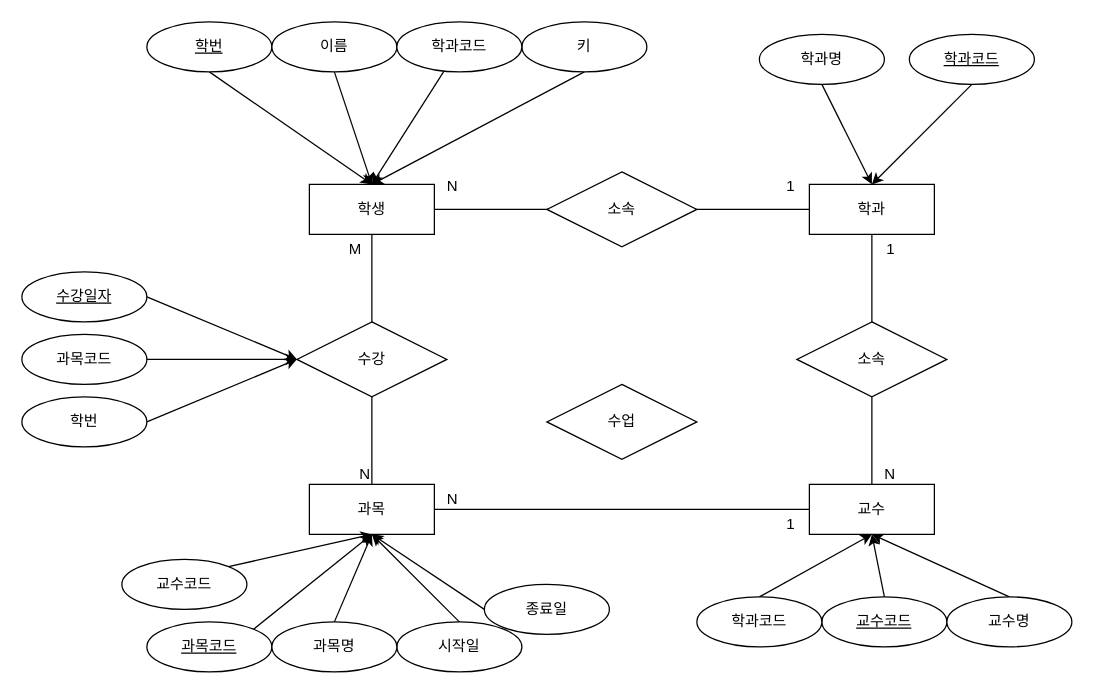
This is page "학사관리erd" (3 of 4) of erd/hanbit.drawio from umdelii/database, a draw.io file, before an edit. Source tidied: cells renumbered, new cells numbered last; positions are measured from the earlier drawing's top-left corner, leaving out a move shared by most shapes. Both pictures are drawn from the tidied source at 125%, with x=0, y=0 at pixel (21, 21).
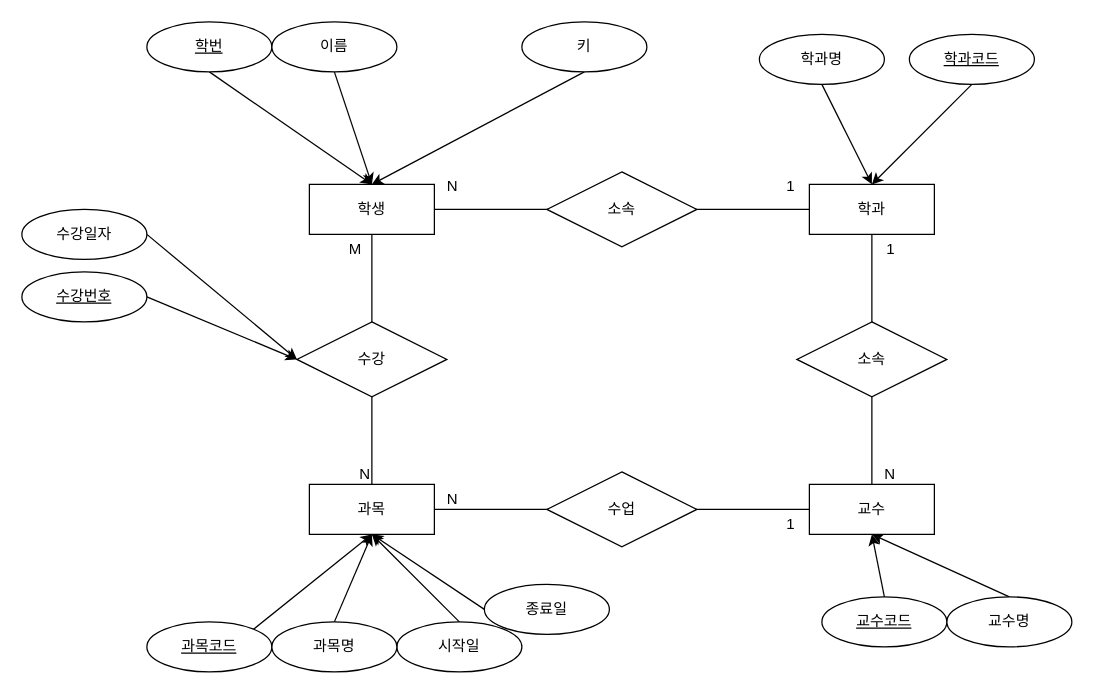
Above is the later version.

Unchanged cells that the change refers to:
```xml
<mxCell id="2" value="교수" style="whiteSpace=wrap;html=1;align=center;" parent="1" vertex="1">
  <mxGeometry x="630" y="370" width="100" height="40" as="geometry" />
</mxCell>
<mxCell id="3" value="학생" style="whiteSpace=wrap;html=1;align=center;" parent="1" vertex="1">
  <mxGeometry x="230" y="130" width="100" height="40" as="geometry" />
</mxCell>
<mxCell id="5" value="과목" style="whiteSpace=wrap;html=1;align=center;" parent="1" vertex="1">
  <mxGeometry x="230" y="370" width="100" height="40" as="geometry" />
</mxCell>
<mxCell id="53" value="수강" style="shape=rhombus;perimeter=rhombusPerimeter;whiteSpace=wrap;html=1;align=center;" parent="1" vertex="1">
  <mxGeometry x="220" y="240" width="120" height="60" as="geometry" />
</mxCell>
```

The edit, as a diff of the source:
```diff
@@
-    <mxCell id="8" style="edgeStyle=none;html=1;entryX=0.5;entryY=0;entryDx=0;entryDy=0;" parent="1" edge="1" target="3">
-      <mxGeometry relative="1" as="geometry">
-        <mxPoint x="337.7" y="39.4" as="sourcePoint" />
-      </mxGeometry>
-    </mxCell>
@@
-    <mxCell id="18" value="학과코드" style="ellipse;whiteSpace=wrap;html=1;align=center;" parent="1" vertex="1">
-      <mxGeometry x="300" width="100" height="40" as="geometry" />
-    </mxCell>
@@
-    <mxCell id="21" style="edgeStyle=none;html=1;exitX=1;exitY=0;exitDx=0;exitDy=0;entryX=0.5;entryY=1;entryDx=0;entryDy=0;" parent="1" edge="1" source="22" target="5">
-      <mxGeometry relative="1" as="geometry" />
-    </mxCell>
-    <mxCell id="22" value="교수코드" style="ellipse;whiteSpace=wrap;html=1;align=center;" parent="1" vertex="1">
-      <mxGeometry x="80" y="430" width="100" height="40" as="geometry" />
-    </mxCell>
@@
-    <mxCell id="29" style="edgeStyle=none;html=1;exitX=0.5;exitY=0;exitDx=0;exitDy=0;entryX=0.5;entryY=1;entryDx=0;entryDy=0;" parent="1" edge="1" source="30" target="2">
-      <mxGeometry relative="1" as="geometry" />
-    </mxCell>
-    <mxCell id="30" value="학과코드" style="ellipse;whiteSpace=wrap;html=1;align=center;" parent="1" vertex="1">
-      <mxGeometry x="540" y="460" width="100" height="40" as="geometry" />
-    </mxCell>
@@
-    <mxCell id="33" style="edgeStyle=none;html=1;exitX=1;exitY=0.5;exitDx=0;exitDy=0;entryX=0;entryY=0.5;entryDx=0;entryDy=0;" parent="1" edge="1" source="34" target="53">
-      <mxGeometry relative="1" as="geometry" />
-    </mxCell>
-    <mxCell id="34" value="학번" style="ellipse;whiteSpace=wrap;html=1;align=center;" parent="1" vertex="1">
-      <mxGeometry y="300" width="100" height="40" as="geometry" />
-    </mxCell>
-    <mxCell id="35" style="edgeStyle=none;html=1;entryX=0;entryY=0.5;entryDx=0;entryDy=0;" parent="1" edge="1" source="36" target="53">
-      <mxGeometry relative="1" as="geometry" />
-    </mxCell>
-    <mxCell id="36" value="과목코드" style="ellipse;whiteSpace=wrap;html=1;align=center;" parent="1" vertex="1">
-      <mxGeometry y="250" width="100" height="40" as="geometry" />
-    </mxCell>
@@
-    <mxCell id="38" value="수업" style="shape=rhombus;perimeter=rhombusPerimeter;whiteSpace=wrap;html=1;align=center;" parent="1" vertex="1">
-      <mxGeometry x="420" y="290" width="120" height="60" as="geometry" />
-    </mxCell>
@@
-    <mxCell id="54" value="수강일자" style="ellipse;whiteSpace=wrap;html=1;align=center;fontStyle=4;" parent="1" vertex="1">
+    <mxCell id="54" value="수강번호" style="ellipse;whiteSpace=wrap;html=1;align=center;fontStyle=4;" parent="1" vertex="1">
       <mxGeometry y="200" width="100" height="40" as="geometry" />
     </mxCell>
@@
+    <mxCell id="38" value="수업" style="shape=rhombus;perimeter=rhombusPerimeter;whiteSpace=wrap;html=1;align=center;" parent="1" vertex="1">
+      <mxGeometry x="420" y="360" width="120" height="60" as="geometry" />
+    </mxCell>
+    <mxCell id="56" style="edgeStyle=none;html=1;exitX=1;exitY=0.5;exitDx=0;exitDy=0;entryX=0;entryY=0.5;entryDx=0;entryDy=0;" parent="1" edge="1" source="57" target="53">
+      <mxGeometry relative="1" as="geometry" />
+    </mxCell>
+    <mxCell id="57" value="수강일자" style="ellipse;whiteSpace=wrap;html=1;align=center;" parent="1" vertex="1">
+      <mxGeometry y="150" width="100" height="40" as="geometry" />
+    </mxCell>
```
